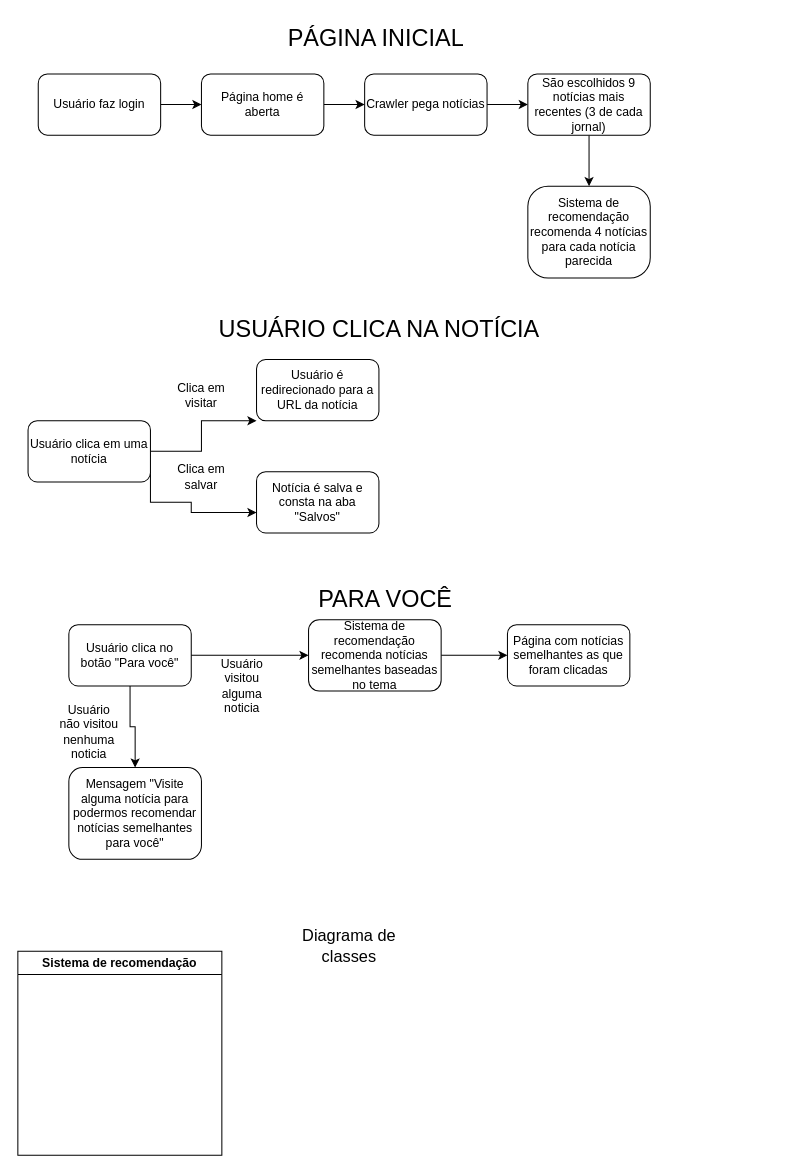
Above: Diagrama sem nome.drawio in caiochacon/agregador-de-noticias (draw.io), before the change. Source tidied: cells renumbered, new cells numbered last; positions are measured from the earlier drawing's top-left corner, leaving out a move shared by most shapes. Both pictures are drawn from the tidied source at 102%, with x=0, y=0 at pixel (17, 17).
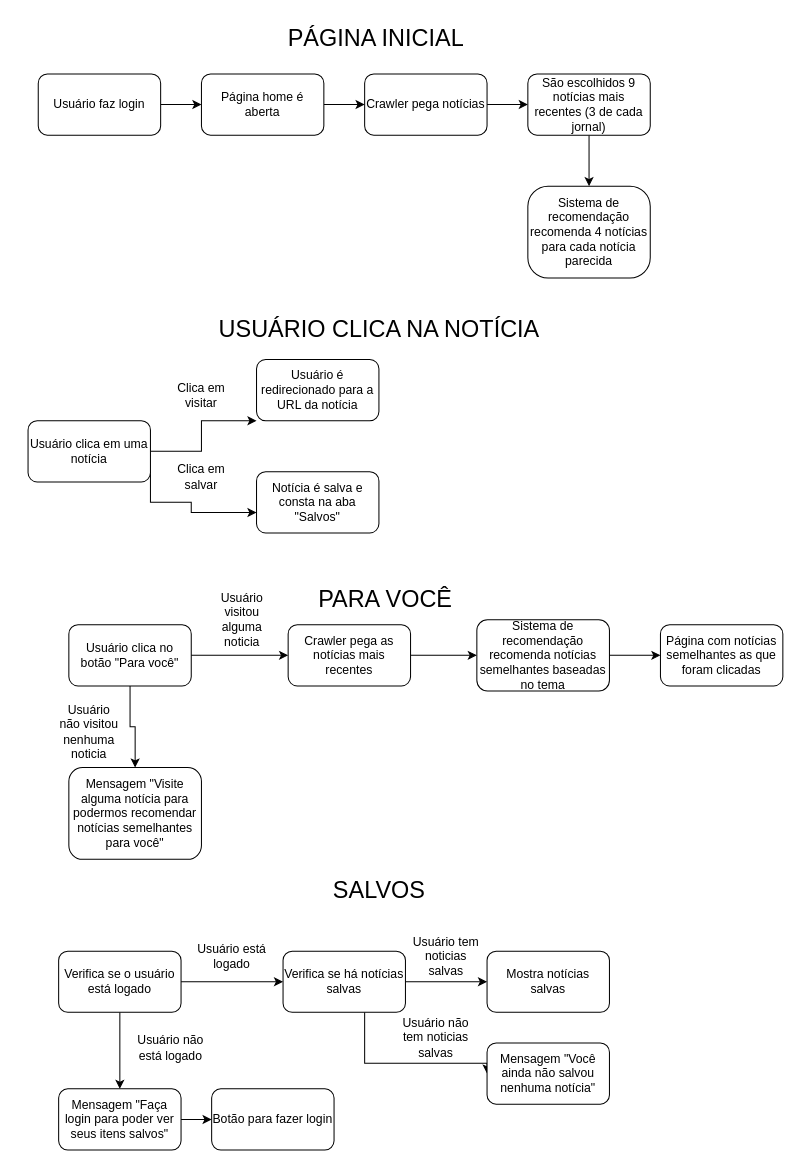
Above is the later version.

Commit message:
Adiciona salvos

Unchanged cells that the change refers to:
```xml
<mxCell id="25" value="Usuário clica no botão &quot;Para você&quot;" style="rounded=1;whiteSpace=wrap;html=1;" parent="1" vertex="1">
  <mxGeometry x="50" y="595" width="120" height="60" as="geometry" />
</mxCell>
```

The edit, as a diff of the source:
```diff
@@
-    <mxCell id="12" value="&lt;font style=&quot;font-size: 16px;&quot;&gt;Diagrama de classes&lt;/font&gt;" style="text;html=1;align=center;verticalAlign=middle;whiteSpace=wrap;rounded=0;" parent="1" vertex="1">
-      <mxGeometry x="250" y="895" width="150" height="30" as="geometry" />
-    </mxCell>
-    <mxCell id="13" value="Sistema de recomendação" style="swimlane;whiteSpace=wrap;html=1;" parent="1" vertex="1">
-      <mxGeometry y="915" width="200" height="200" as="geometry" />
-    </mxCell>
@@
-    <mxCell id="24" style="edgeStyle=orthogonalEdgeStyle;rounded=0;jettySize=auto;html=1;entryX=0;entryY=0.5;entryDx=0;entryDy=0;" parent="1" edge="1" source="31" target="28">
-      <mxGeometry relative="1" as="geometry">
-        <Array as="points">
-          <mxPoint x="300" y="625" />
-          <mxPoint x="300" y="625" />
-        </Array>
-      </mxGeometry>
-    </mxCell>
@@
     <mxCell id="28" value="Página com notícias semelhantes as que foram clicadas" style="rounded=1;whiteSpace=wrap;html=1;" parent="1" vertex="1">
-      <mxGeometry x="480" y="595" width="120" height="60" as="geometry" />
+      <mxGeometry x="630" y="595" width="120" height="60" as="geometry" />
     </mxCell>
     <mxCell id="29" value="Usuário visitou alguma noticia" style="text;html=1;align=center;verticalAlign=middle;whiteSpace=wrap;rounded=0;" parent="1" vertex="1">
-      <mxGeometry x="190" y="640" width="60" height="30" as="geometry" />
+      <mxGeometry x="190" y="575" width="60" height="30" as="geometry" />
     </mxCell>
-    <mxCell id="30" style="edgeStyle=orthogonalEdgeStyle;rounded=0;jettySize=auto;html=1;entryX=0;entryY=0.5;entryDx=0;entryDy=0;" parent="1" edge="1" source="25" target="31">
+    <mxCell id="30" style="edgeStyle=orthogonalEdgeStyle;rounded=0;jettySize=auto;html=1;entryX=0;entryY=0.5;entryDx=0;entryDy=0;" parent="1" edge="1" source="25" target="33">
       <mxGeometry relative="1" as="geometry" />
     </mxCell>
+    <mxCell id="24" style="edgeStyle=orthogonalEdgeStyle;rounded=0;jettySize=auto;html=1;" parent="1" edge="1" source="31" target="28">
+      <mxGeometry relative="1" as="geometry" />
+    </mxCell>
     <mxCell id="31" value="Sistema de recomendação recomenda notícias semelhantes baseadas no tema" style="rounded=1;whiteSpace=wrap;html=1;" parent="1" vertex="1">
-      <mxGeometry x="285" y="590" width="130" height="70" as="geometry" />
+      <mxGeometry x="450" y="590" width="130" height="70" as="geometry" />
     </mxCell>
+    <mxCell id="32" style="edgeStyle=orthogonalEdgeStyle;rounded=0;jettySize=auto;html=1;" parent="1" edge="1" source="33" target="31">
+      <mxGeometry relative="1" as="geometry" />
+    </mxCell>
+    <mxCell id="33" value="Crawler pega as notícias mais recentes" style="rounded=1;whiteSpace=wrap;html=1;" parent="1" vertex="1">
+      <mxGeometry x="265" y="595" width="120" height="60" as="geometry" />
+    </mxCell>
+    <mxCell id="34" value="&lt;font style=&quot;font-size: 23px;&quot;&gt;SALVOS&lt;/font&gt;" style="text;html=1;align=center;verticalAlign=middle;strokeColor=none;fillColor=none;" parent="1" vertex="1">
+      <mxGeometry x="299" y="835" width="110" height="40" as="geometry" />
+    </mxCell>
+    <mxCell id="35" style="edgeStyle=orthogonalEdgeStyle;rounded=0;jettySize=auto;html=1;" parent="1" edge="1" source="37" target="40">
+      <mxGeometry relative="1" as="geometry" />
+    </mxCell>
+    <mxCell id="36" style="edgeStyle=orthogonalEdgeStyle;rounded=0;jettySize=auto;html=1;" parent="1" edge="1" source="37" target="47">
+      <mxGeometry relative="1" as="geometry" />
+    </mxCell>
+    <mxCell id="37" value="Verifica se o usuário está logado" style="rounded=1;whiteSpace=wrap;html=1;" parent="1" vertex="1">
+      <mxGeometry x="40" y="915" width="120" height="60" as="geometry" />
+    </mxCell>
+    <mxCell id="38" style="edgeStyle=orthogonalEdgeStyle;rounded=0;jettySize=auto;html=1;" parent="1" edge="1" source="40" target="41">
+      <mxGeometry relative="1" as="geometry" />
+    </mxCell>
+    <mxCell id="39" style="edgeStyle=orthogonalEdgeStyle;rounded=0;jettySize=auto;html=1;entryX=0;entryY=0.5;entryDx=0;entryDy=0;" parent="1" edge="1" source="40" target="42">
+      <mxGeometry relative="1" as="geometry">
+        <Array as="points">
+          <mxPoint x="340" y="1025" />
+          <mxPoint x="460" y="1025" />
+        </Array>
+      </mxGeometry>
+    </mxCell>
+    <mxCell id="40" value="Verifica se há notícias salvas" style="whiteSpace=wrap;html=1;rounded=1;" parent="1" vertex="1">
+      <mxGeometry x="260" y="915" width="120" height="60" as="geometry" />
+    </mxCell>
+    <mxCell id="41" value="Mostra notícias salvas" style="whiteSpace=wrap;html=1;rounded=1;" parent="1" vertex="1">
+      <mxGeometry x="460" y="915" width="120" height="60" as="geometry" />
+    </mxCell>
+    <mxCell id="42" value="Mensagem &quot;Você ainda não salvou nenhuma notícia&quot;" style="whiteSpace=wrap;html=1;rounded=1;" parent="1" vertex="1">
+      <mxGeometry x="460" y="1005" width="120" height="60" as="geometry" />
+    </mxCell>
+    <mxCell id="43" value="Usuário está logado" style="text;html=1;align=center;verticalAlign=middle;whiteSpace=wrap;rounded=0;" parent="1" vertex="1">
+      <mxGeometry x="170" y="905" width="80" height="30" as="geometry" />
+    </mxCell>
+    <mxCell id="44" value="Usuário tem noticias salvas" style="text;html=1;align=center;verticalAlign=middle;whiteSpace=wrap;rounded=0;" parent="1" vertex="1">
+      <mxGeometry x="380" y="905" width="80" height="30" as="geometry" />
+    </mxCell>
+    <mxCell id="45" value="Usuário não tem noticias salvas" style="text;html=1;align=center;verticalAlign=middle;whiteSpace=wrap;rounded=0;" parent="1" vertex="1">
+      <mxGeometry x="370" y="985" width="80" height="30" as="geometry" />
+    </mxCell>
+    <mxCell id="46" style="edgeStyle=orthogonalEdgeStyle;rounded=0;jettySize=auto;html=1;" parent="1" edge="1" source="47" target="49">
+      <mxGeometry relative="1" as="geometry" />
+    </mxCell>
+    <mxCell id="47" value="Mensagem &quot;Faça login para poder ver seus itens salvos&quot;" style="whiteSpace=wrap;html=1;rounded=1;" parent="1" vertex="1">
+      <mxGeometry x="40" y="1050" width="120" height="60" as="geometry" />
+    </mxCell>
+    <mxCell id="48" value="Usuário não está logado" style="text;html=1;align=center;verticalAlign=middle;whiteSpace=wrap;rounded=0;" parent="1" vertex="1">
+      <mxGeometry x="110" y="995" width="80" height="30" as="geometry" />
+    </mxCell>
+    <mxCell id="49" value="Botão para fazer login" style="whiteSpace=wrap;html=1;rounded=1;" parent="1" vertex="1">
+      <mxGeometry x="190" y="1050" width="120" height="60" as="geometry" />
+    </mxCell>
```
